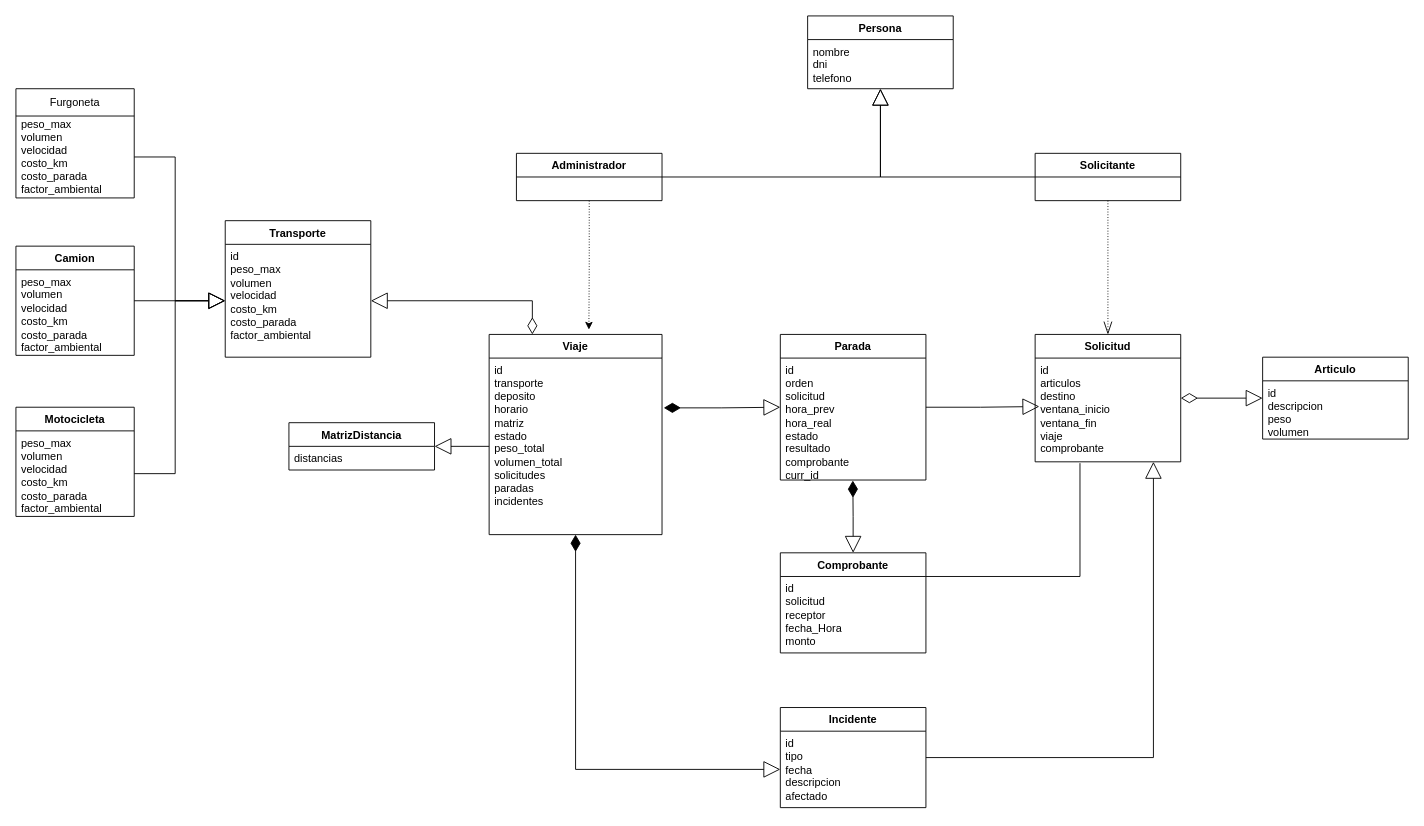
udigestani/Trabajo-Pr-ctico-Optimizaci-n-de-Flota-Log-stica-Urbana keeps this draw.io diagram as Draw estuctura.drawio. Above is the earlier version. Source tidied: cells renumbered, new cells numbered last; positions are measured from the earlier drawing's top-left corner, leaving out a move shared by most shapes. Both pictures are drawn from the tidied source at 91%, with x=0, y=0 at pixel (15, 15).
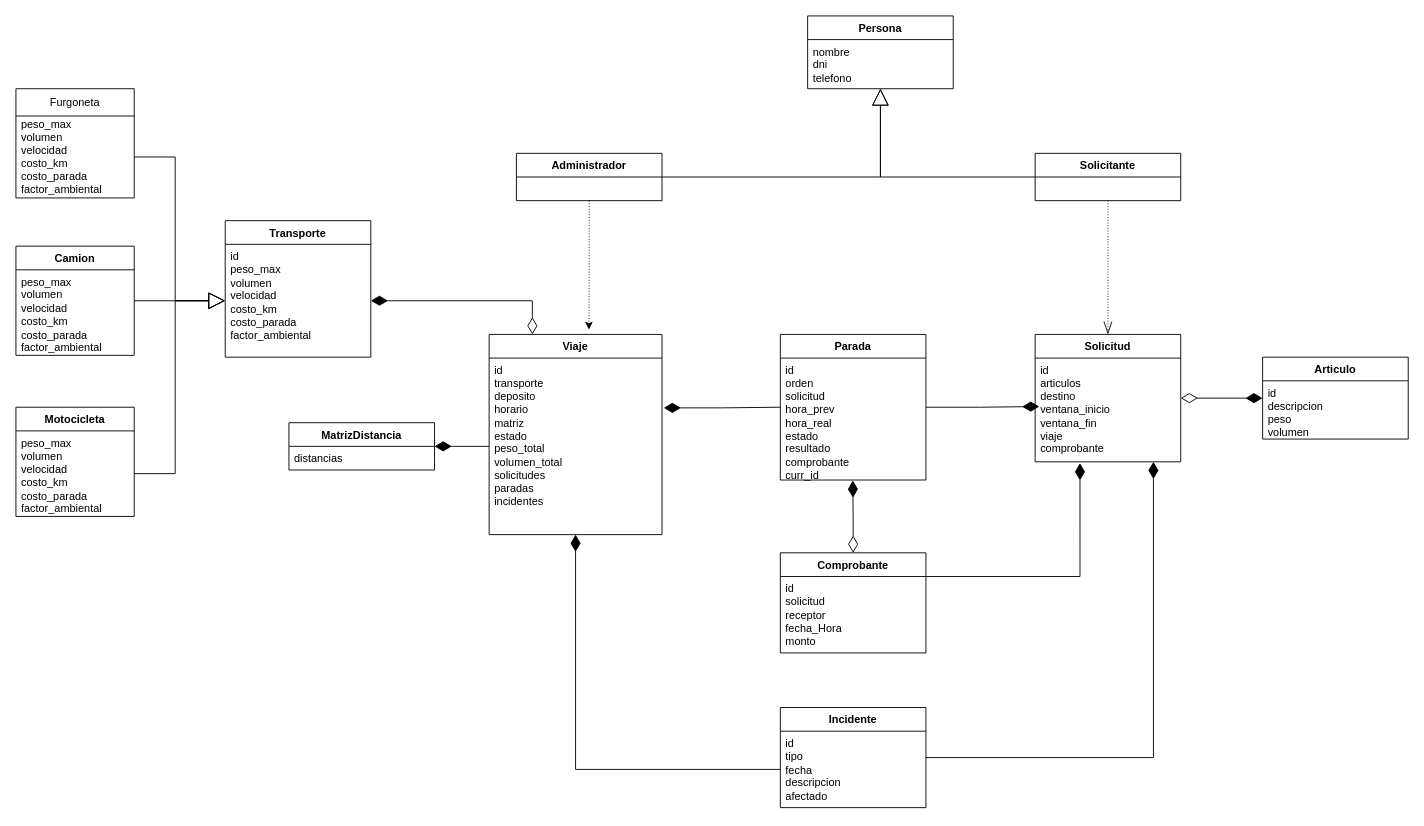
The same page after the edit.

Commit message:
flechitas del draw

Unchanged cells that the change refers to:
```xml
<mxCell id="9" value="Viaje" style="swimlane;fontStyle=1;align=center;verticalAlign=top;horizontal=1;startSize=26;whiteSpace=wrap;html=1;" parent="1" vertex="1">
  <mxGeometry x="520" y="350" width="190" height="220" as="geometry" />
</mxCell>
<mxCell id="10" value="id&lt;br&gt;transporte&lt;br&gt;deposito&lt;br&gt;horario&lt;br&gt;matriz&lt;br&gt;estado&lt;br&gt;peso_total&lt;br&gt;volumen_total&lt;br&gt;solicitudes&lt;br&gt;paradas&lt;div&gt;incidentes&amp;nbsp;&lt;/div&gt;" style="text;strokeColor=none;fillColor=none;align=left;verticalAlign=top;spacingLeft=4;spacingRight=4;overflow=hidden;points=[[0,0.5],[1,0.5]];portConstraint=eastwest;whiteSpace=wrap;html=1;" parent="9" vertex="1">
  <mxGeometry y="26" width="190" height="194" as="geometry" />
</mxCell>
<mxCell id="11" value="Solicitud" style="swimlane;fontStyle=1;align=center;verticalAlign=top;horizontal=1;startSize=26;whiteSpace=wrap;html=1;" parent="1" vertex="1">
  <mxGeometry x="1120" y="350" width="160" height="140" as="geometry" />
</mxCell>
<mxCell id="12" value="id&lt;br/&gt;articulos&lt;br/&gt;destino&lt;br/&gt;ventana_inicio&lt;br/&gt;ventana_fin&lt;br/&gt;viaje&lt;br/&gt;comprobante" style="text;strokeColor=none;fillColor=none;align=left;verticalAlign=top;spacingLeft=4;spacingRight=4;overflow=hidden;points=[[0,0.5],[1,0.5]];portConstraint=eastwest;whiteSpace=wrap;html=1;" parent="11" vertex="1">
  <mxGeometry y="26" width="160" height="114" as="geometry" />
</mxCell>
<mxCell id="13" value="Articulo" style="swimlane;fontStyle=1;align=center;verticalAlign=top;horizontal=1;startSize=26;whiteSpace=wrap;html=1;" parent="1" vertex="1">
  <mxGeometry x="1370" y="375" width="160" height="90" as="geometry" />
</mxCell>
<mxCell id="16" value="id&lt;br/&gt;peso_max&lt;br/&gt;volumen&lt;br/&gt;velocidad&lt;br/&gt;costo_km&lt;br/&gt;costo_parada&lt;br/&gt;factor_ambiental" style="text;strokeColor=none;fillColor=none;align=left;verticalAlign=top;spacingLeft=4;spacingRight=4;overflow=hidden;points=[[0,0.5],[1,0.5]];portConstraint=eastwest;whiteSpace=wrap;html=1;" parent="15" vertex="1">
  <mxGeometry y="26" width="160" height="124" as="geometry" />
</mxCell>
<mxCell id="23" value="MatrizDistancia" style="swimlane;fontStyle=1;align=center;verticalAlign=top;horizontal=1;startSize=26;whiteSpace=wrap;html=1;" parent="1" vertex="1">
  <mxGeometry x="300" y="447" width="160" height="52" as="geometry" />
</mxCell>
<mxCell id="25" value="Parada" style="swimlane;fontStyle=1;align=center;verticalAlign=top;horizontal=1;startSize=26;whiteSpace=wrap;html=1;" parent="1" vertex="1">
  <mxGeometry x="840" y="350" width="160" height="160" as="geometry" />
</mxCell>
<mxCell id="26" value="id&lt;br/&gt;orden&lt;br/&gt;solicitud&lt;br/&gt;hora_prev&lt;br/&gt;hora_real&lt;br/&gt;estado&lt;br/&gt;resultado&lt;br/&gt;comprobante&lt;br/&gt;curr_id" style="text;strokeColor=none;fillColor=none;align=left;verticalAlign=top;spacingLeft=4;spacingRight=4;overflow=hidden;points=[[0,0.5],[1,0.5]];portConstraint=eastwest;whiteSpace=wrap;html=1;" parent="25" vertex="1">
  <mxGeometry y="26" width="160" height="134" as="geometry" />
</mxCell>
<mxCell id="27" value="Incidente" style="swimlane;fontStyle=1;align=center;verticalAlign=top;horizontal=1;startSize=26;whiteSpace=wrap;html=1;" parent="1" vertex="1">
  <mxGeometry x="840" y="760" width="160" height="110" as="geometry" />
</mxCell>
<mxCell id="28" value="id&lt;br/&gt;tipo&lt;br/&gt;fecha&lt;br/&gt;descripcion&lt;br/&gt;afectado" style="text;strokeColor=none;fillColor=none;align=left;verticalAlign=top;spacingLeft=4;spacingRight=4;overflow=hidden;points=[[0,0.5],[1,0.5]];portConstraint=eastwest;whiteSpace=wrap;html=1;" parent="27" vertex="1">
  <mxGeometry y="26" width="160" height="84" as="geometry" />
</mxCell>
<mxCell id="30" value="Comprobante" style="swimlane;fontStyle=1;align=center;verticalAlign=top;horizontal=1;startSize=26;whiteSpace=wrap;html=1;" parent="1" vertex="1">
  <mxGeometry x="840" y="590" width="160" height="110" as="geometry" />
</mxCell>
```

Diff of the diagram source:
```diff
@@
-    <mxCell id="8" style="edgeStyle=orthogonalEdgeStyle;rounded=0;jettySize=auto;html=1;entryX=0;entryY=0.5;entryDx=0;entryDy=0;endArrow=block;endFill=0;startArrow=diamondThin;startFill=1;startSize=16;endSize=16;" parent="1" edge="1" source="9" target="28">
+    <mxCell id="8" style="edgeStyle=orthogonalEdgeStyle;rounded=0;jettySize=auto;html=1;entryX=0;entryY=0.5;entryDx=0;entryDy=0;endArrow=none;endFill=0;startArrow=diamondThin;startFill=1;startSize=16;endSize=16;" parent="1" edge="1" source="9" target="28">
       <mxGeometry relative="1" as="geometry" />
     </mxCell>
@@
-    <mxCell id="22" style="edgeStyle=orthogonalEdgeStyle;rounded=0;jettySize=auto;html=1;entryX=0;entryY=0.5;entryDx=0;entryDy=0;endArrow=none;endFill=0;startArrow=block;startFill=0;startSize=16;" parent="1" edge="1" source="23" target="10">
+    <mxCell id="22" style="edgeStyle=orthogonalEdgeStyle;rounded=0;jettySize=auto;html=1;entryX=0;entryY=0.5;entryDx=0;entryDy=0;endArrow=none;endFill=0;startArrow=diamondThin;startFill=1;startSize=16;" parent="1" edge="1" source="23" target="10">
       <mxGeometry relative="1" as="geometry" />
     </mxCell>
@@
-    <mxCell id="29" style="edgeStyle=orthogonalEdgeStyle;rounded=0;jettySize=auto;html=1;entryX=0.308;entryY=1.013;entryDx=0;entryDy=0;entryPerimeter=0;endArrow=none;endFill=0;" parent="1" edge="1" source="30" target="12">
+    <mxCell id="29" style="edgeStyle=orthogonalEdgeStyle;rounded=0;jettySize=auto;html=1;entryX=0.308;entryY=1.013;entryDx=0;entryDy=0;entryPerimeter=0;endArrow=diamondThin;endFill=1;endSize=16;" parent="1" edge="1" source="30" target="12">
       <mxGeometry relative="1" as="geometry">
         <Array as="points">
           <mxPoint x="1169" y="616" />
         </Array>
       </mxGeometry>
     </mxCell>
@@
-    <mxCell id="35" style="endArrow=block;endSize=16;startArrow=diamondThin;startFill=0;startSize=16;html=1;rounded=0;edgeStyle=orthogonalEdgeStyle;entryX=1;entryY=0.5;entryDx=0;entryDy=0;exitX=0.25;exitY=0;exitDx=0;exitDy=0;endFill=0;" parent="1" edge="1" source="9" target="16">
+    <mxCell id="35" style="endArrow=diamondThin;endSize=16;startArrow=diamondThin;startFill=0;startSize=16;html=1;rounded=0;edgeStyle=orthogonalEdgeStyle;entryX=1;entryY=0.5;entryDx=0;entryDy=0;exitX=0.25;exitY=0;exitDx=0;exitDy=0;endFill=1;" parent="1" edge="1" source="9" target="16">
       <mxGeometry relative="1" as="geometry" />
     </mxCell>
-    <mxCell id="36" style="endArrow=block;endSize=16;startArrow=diamondThin;startFill=1;startSize=16;html=1;rounded=0;edgeStyle=orthogonalEdgeStyle;exitX=1.01;exitY=0.282;exitDx=0;exitDy=0;exitPerimeter=0;endFill=0;" parent="1" edge="1" source="10" target="25">
+    <mxCell id="36" style="endArrow=none;endSize=16;startArrow=diamondThin;startFill=1;startSize=16;html=1;rounded=0;edgeStyle=orthogonalEdgeStyle;exitX=1.01;exitY=0.282;exitDx=0;exitDy=0;exitPerimeter=0;endFill=0;" parent="1" edge="1" source="10" target="25">
       <mxGeometry relative="1" as="geometry" />
     </mxCell>
-    <mxCell id="37" style="endArrow=block;endSize=16;html=1;rounded=0;edgeStyle=orthogonalEdgeStyle;entryX=0.029;entryY=0.467;entryDx=0;entryDy=0;entryPerimeter=0;endFill=0;" parent="1" edge="1" source="25" target="12">
+    <mxCell id="37" style="endArrow=diamondThin;endSize=16;html=1;rounded=0;edgeStyle=orthogonalEdgeStyle;entryX=0.029;entryY=0.467;entryDx=0;entryDy=0;entryPerimeter=0;endFill=1;" parent="1" edge="1" source="25" target="12">
       <mxGeometry relative="1" as="geometry" />
     </mxCell>
-    <mxCell id="38" style="endArrow=block;endSize=16;startArrow=diamondThin;startFill=0;startSize=16;html=1;rounded=0;edgeStyle=orthogonalEdgeStyle;endFill=0;" parent="1" edge="1" source="11" target="13">
+    <mxCell id="38" style="endArrow=diamondThin;endSize=16;startArrow=diamondThin;startFill=0;startSize=16;html=1;rounded=0;edgeStyle=orthogonalEdgeStyle;endFill=1;" parent="1" edge="1" source="11" target="13">
       <mxGeometry relative="1" as="geometry" />
     </mxCell>
-    <mxCell id="39" style="endArrow=block;endSize=16;html=1;rounded=0;edgeStyle=orthogonalEdgeStyle;endFill=0;" parent="1" edge="1" source="27" target="11">
+    <mxCell id="39" style="endArrow=diamondThin;endSize=16;html=1;rounded=0;edgeStyle=orthogonalEdgeStyle;endFill=1;" parent="1" edge="1" source="27" target="11">
       <mxGeometry relative="1" as="geometry">
         <Array as="points">
           <mxPoint x="1250" y="815" />
         </Array>
       </mxGeometry>
     </mxCell>
@@
-    <mxCell id="45" style="edgeStyle=orthogonalEdgeStyle;rounded=0;jettySize=auto;html=1;entryX=0.498;entryY=1.004;entryDx=0;entryDy=0;entryPerimeter=0;endArrow=diamondThin;endFill=1;startArrow=block;startFill=0;endSize=16;startSize=16;" parent="1" edge="1" source="30" target="26">
+    <mxCell id="45" style="edgeStyle=orthogonalEdgeStyle;rounded=0;jettySize=auto;html=1;entryX=0.498;entryY=1.004;entryDx=0;entryDy=0;entryPerimeter=0;endArrow=diamondThin;endFill=1;startArrow=diamondThin;startFill=0;endSize=16;startSize=16;" parent="1" edge="1" source="30" target="26">
       <mxGeometry relative="1" as="geometry" />
     </mxCell>
```
